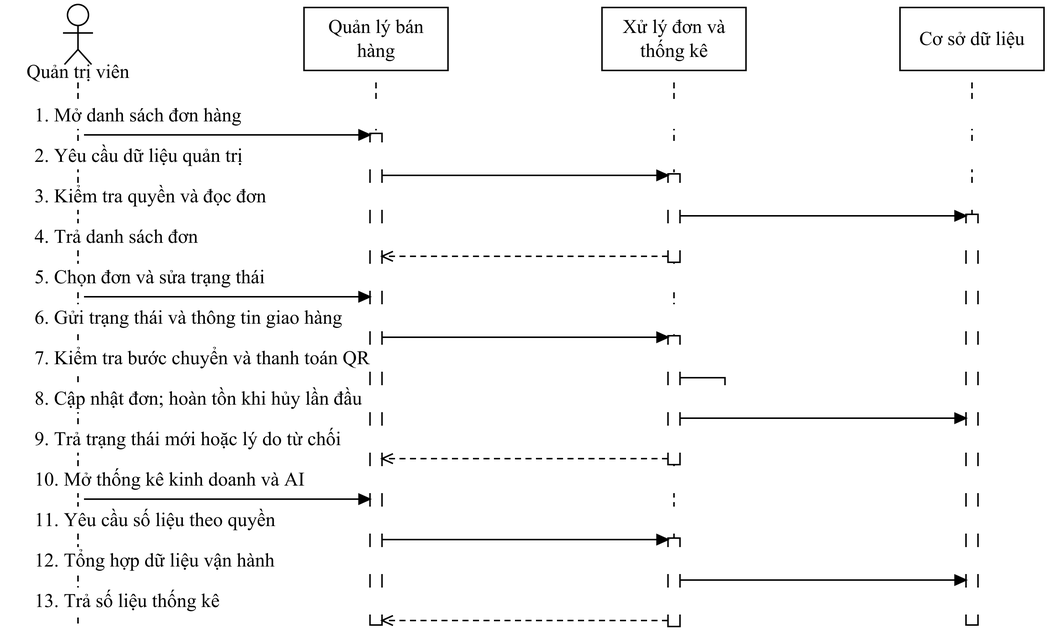
The draw.io diagram docs/do-an-LSOUL/So-do-LSOUL-rut-gon/anh-png/SEQ-20.png in Loccao102/BanHang, before a commit. Source tidied: cells renumbered, new cells last; positions are measured from the earlier drawing's top-left corner, leaving out a move shared by most shapes.
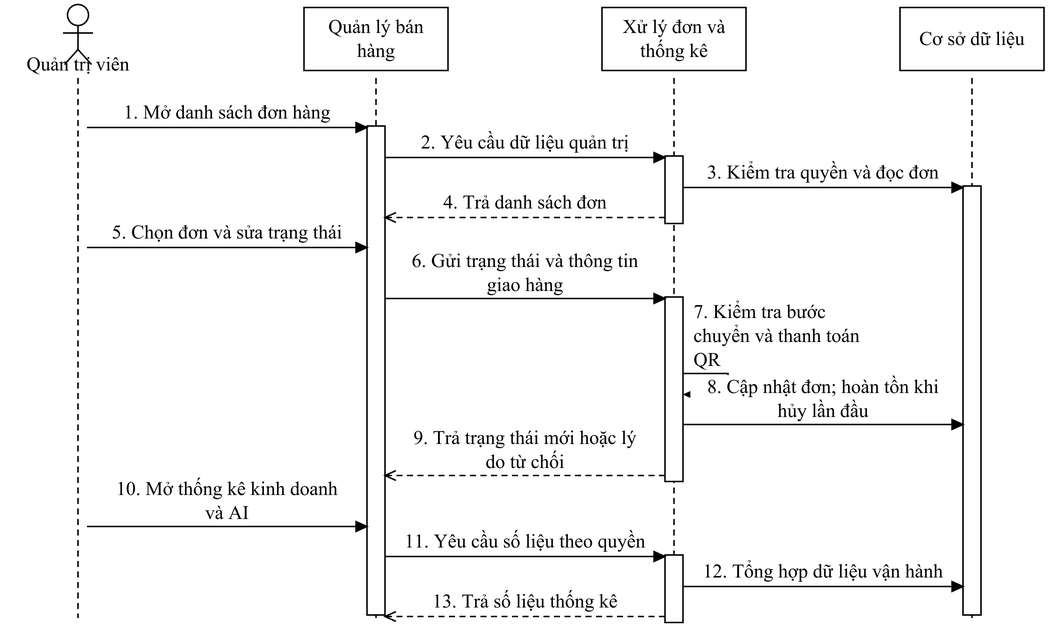
The same file after the commit.

Change to the diagram source:
```diff
@@ -6,4 +6,4 @@
       <mxGeometry relative="1" as="geometry">
-        <mxPoint x="48" y="52" as="sourcePoint" />
-        <mxPoint x="48" y="416" as="targetPoint" />
+        <mxPoint x="48" y="49" as="sourcePoint" />
+        <mxPoint x="48" y="409" as="targetPoint" />
       </mxGeometry>
@@ -12,4 +12,4 @@
       <mxGeometry relative="1" as="geometry">
-        <mxPoint x="246.7" y="52" as="sourcePoint" />
-        <mxPoint x="246.7" y="416" as="targetPoint" />
+        <mxPoint x="246.7" y="49" as="sourcePoint" />
+        <mxPoint x="246.7" y="409" as="targetPoint" />
       </mxGeometry>
@@ -18,4 +18,4 @@
       <mxGeometry relative="1" as="geometry">
-        <mxPoint x="445.3" y="52" as="sourcePoint" />
-        <mxPoint x="445.3" y="416" as="targetPoint" />
+        <mxPoint x="445.3" y="49" as="sourcePoint" />
+        <mxPoint x="445.3" y="409" as="targetPoint" />
       </mxGeometry>
@@ -24,4 +24,4 @@
       <mxGeometry relative="1" as="geometry">
-        <mxPoint x="644" y="52" as="sourcePoint" />
-        <mxPoint x="644" y="416" as="targetPoint" />
+        <mxPoint x="644" y="49" as="sourcePoint" />
+        <mxPoint x="644" y="409" as="targetPoint" />
       </mxGeometry>
@@ -29,18 +29,18 @@
     <mxCell id="6" style="fontFamily=Times New Roman;fontSize=13;fontColor=#000000;strokeColor=#000000;strokeWidth=1;fillColor=#FFFFFF;shadow=0;rounded=0;html=0;whiteSpace=wrap;spacing=5;align=center;verticalAlign=middle;" parent="1" vertex="1">
-      <mxGeometry x="441.3" y="113" width="8" height="59" as="geometry" />
+      <mxGeometry x="439.3" y="101" width="12" height="45" as="geometry" />
     </mxCell>
     <mxCell id="7" style="fontFamily=Times New Roman;fontSize=13;fontColor=#000000;strokeColor=#000000;strokeWidth=1;fillColor=#FFFFFF;shadow=0;rounded=0;html=0;whiteSpace=wrap;spacing=5;align=center;verticalAlign=middle;" parent="1" vertex="1">
-      <mxGeometry x="441.3" y="221" width="8" height="86" as="geometry" />
+      <mxGeometry x="439.3" y="195" width="12" height="123" as="geometry" />
     </mxCell>
     <mxCell id="8" style="fontFamily=Times New Roman;fontSize=13;fontColor=#000000;strokeColor=#000000;strokeWidth=1;fillColor=#FFFFFF;shadow=0;rounded=0;html=0;whiteSpace=wrap;spacing=5;align=center;verticalAlign=middle;" parent="1" vertex="1">
-      <mxGeometry x="441.3" y="356" width="8" height="59" as="geometry" />
+      <mxGeometry x="439.3" y="367" width="12" height="45" as="geometry" />
     </mxCell>
     <mxCell id="9" style="fontFamily=Times New Roman;fontSize=13;fontColor=#000000;strokeColor=#000000;strokeWidth=1;fillColor=#FFFFFF;shadow=0;rounded=0;html=0;whiteSpace=wrap;spacing=5;align=center;verticalAlign=middle;" parent="1" vertex="1">
-      <mxGeometry x="242.7" y="86" width="8" height="328" as="geometry" />
+      <mxGeometry x="240.7" y="81" width="12" height="326" as="geometry" />
     </mxCell>
     <mxCell id="10" style="fontFamily=Times New Roman;fontSize=13;fontColor=#000000;strokeColor=#000000;strokeWidth=1;fillColor=#FFFFFF;shadow=0;rounded=0;html=0;whiteSpace=wrap;spacing=5;align=center;verticalAlign=middle;" parent="1" vertex="1">
-      <mxGeometry x="640" y="140" width="8" height="274" as="geometry" />
+      <mxGeometry x="638" y="121" width="12" height="286" as="geometry" />
     </mxCell>
-    <mxCell id="11" value="1. Mở danh sách đơn hàng" style="fontFamily=Times New Roman;fontSize=13;fontColor=#000000;strokeColor=#000000;strokeWidth=1;fillColor=#FFFFFF;shadow=0;rounded=0;html=0;whiteSpace=wrap;spacing=5;text;strokeColor=none;fillColor=none;align=left;verticalAlign=middle;fillColor=#FFFFFF;" parent="1" vertex="1">
-      <mxGeometry x="14" y="65" width="664" height="18" as="geometry" />
+    <mxCell id="11" value="1. Mở danh sách đơn hàng" style="fontFamily=Times New Roman;fontSize=13;fontColor=#000000;strokeColor=#000000;strokeWidth=1;fillColor=#FFFFFF;shadow=0;rounded=0;html=0;whiteSpace=wrap;spacing=5;text;strokeColor=none;fillColor=none;align=center;verticalAlign=middle;fillColor=#FFFFFF;" parent="1" vertex="1">
+      <mxGeometry x="59" y="63" width="176.7" height="18" as="geometry" />
     </mxCell>
@@ -48,8 +48,8 @@
       <mxGeometry relative="1" as="geometry">
-        <mxPoint x="52" y="87" as="sourcePoint" />
-        <mxPoint x="242.7" y="87" as="targetPoint" />
+        <mxPoint x="54" y="82" as="sourcePoint" />
+        <mxPoint x="240.7" y="82" as="targetPoint" />
       </mxGeometry>
     </mxCell>
-    <mxCell id="13" value="2. Yêu cầu dữ liệu quản trị" style="fontFamily=Times New Roman;fontSize=13;fontColor=#000000;strokeColor=#000000;strokeWidth=1;fillColor=#FFFFFF;shadow=0;rounded=0;html=0;whiteSpace=wrap;spacing=5;text;strokeColor=none;fillColor=none;align=left;verticalAlign=middle;fillColor=#FFFFFF;" parent="1" vertex="1">
-      <mxGeometry x="14" y="92" width="664" height="18" as="geometry" />
+    <mxCell id="13" value="2. Yêu cầu dữ liệu quản trị" style="fontFamily=Times New Roman;fontSize=13;fontColor=#000000;strokeColor=#000000;strokeWidth=1;fillColor=#FFFFFF;shadow=0;rounded=0;html=0;whiteSpace=wrap;spacing=5;text;strokeColor=none;fillColor=none;align=center;verticalAlign=middle;fillColor=#FFFFFF;" parent="1" vertex="1">
+      <mxGeometry x="257.7" y="83" width="176.7" height="18" as="geometry" />
     </mxCell>
@@ -57,8 +57,8 @@
       <mxGeometry relative="1" as="geometry">
-        <mxPoint x="250.7" y="114" as="sourcePoint" />
-        <mxPoint x="441.3" y="114" as="targetPoint" />
+        <mxPoint x="252.7" y="102" as="sourcePoint" />
+        <mxPoint x="439.3" y="102" as="targetPoint" />
       </mxGeometry>
     </mxCell>
-    <mxCell id="15" value="3. Kiểm tra quyền và đọc đơn" style="fontFamily=Times New Roman;fontSize=13;fontColor=#000000;strokeColor=#000000;strokeWidth=1;fillColor=#FFFFFF;shadow=0;rounded=0;html=0;whiteSpace=wrap;spacing=5;text;strokeColor=none;fillColor=none;align=left;verticalAlign=middle;fillColor=#FFFFFF;" parent="1" vertex="1">
-      <mxGeometry x="14" y="119" width="664" height="18" as="geometry" />
+    <mxCell id="15" value="3. Kiểm tra quyền và đọc đơn" style="fontFamily=Times New Roman;fontSize=13;fontColor=#000000;strokeColor=#000000;strokeWidth=1;fillColor=#FFFFFF;shadow=0;rounded=0;html=0;whiteSpace=wrap;spacing=5;text;strokeColor=none;fillColor=none;align=center;verticalAlign=middle;fillColor=#FFFFFF;" parent="1" vertex="1">
+      <mxGeometry x="456.3" y="103" width="176.7" height="18" as="geometry" />
     </mxCell>
@@ -66,8 +66,8 @@
       <mxGeometry relative="1" as="geometry">
-        <mxPoint x="449.3" y="141" as="sourcePoint" />
-        <mxPoint x="640" y="141" as="targetPoint" />
+        <mxPoint x="451.3" y="122" as="sourcePoint" />
+        <mxPoint x="638" y="122" as="targetPoint" />
       </mxGeometry>
     </mxCell>
-    <mxCell id="17" value="4. Trả danh sách đơn" style="fontFamily=Times New Roman;fontSize=13;fontColor=#000000;strokeColor=#000000;strokeWidth=1;fillColor=#FFFFFF;shadow=0;rounded=0;html=0;whiteSpace=wrap;spacing=5;text;strokeColor=none;fillColor=none;align=left;verticalAlign=middle;fillColor=#FFFFFF;" parent="1" vertex="1">
-      <mxGeometry x="14" y="146" width="664" height="18" as="geometry" />
+    <mxCell id="17" value="4. Trả danh sách đơn" style="fontFamily=Times New Roman;fontSize=13;fontColor=#000000;strokeColor=#000000;strokeWidth=1;fillColor=#FFFFFF;shadow=0;rounded=0;html=0;whiteSpace=wrap;spacing=5;text;strokeColor=none;fillColor=none;align=center;verticalAlign=middle;fillColor=#FFFFFF;" parent="1" vertex="1">
+      <mxGeometry x="257.7" y="123" width="176.7" height="18" as="geometry" />
     </mxCell>
@@ -75,8 +75,8 @@
       <mxGeometry relative="1" as="geometry">
-        <mxPoint x="441.3" y="168" as="sourcePoint" />
-        <mxPoint x="250.7" y="168" as="targetPoint" />
+        <mxPoint x="439.3" y="142" as="sourcePoint" />
+        <mxPoint x="252.7" y="142" as="targetPoint" />
       </mxGeometry>
     </mxCell>
-    <mxCell id="19" value="5. Chọn đơn và sửa trạng thái" style="fontFamily=Times New Roman;fontSize=13;fontColor=#000000;strokeColor=#000000;strokeWidth=1;fillColor=#FFFFFF;shadow=0;rounded=0;html=0;whiteSpace=wrap;spacing=5;text;strokeColor=none;fillColor=none;align=left;verticalAlign=middle;fillColor=#FFFFFF;" parent="1" vertex="1">
-      <mxGeometry x="14" y="173" width="664" height="18" as="geometry" />
+    <mxCell id="19" value="5. Chọn đơn và sửa trạng thái" style="fontFamily=Times New Roman;fontSize=13;fontColor=#000000;strokeColor=#000000;strokeWidth=1;fillColor=#FFFFFF;shadow=0;rounded=0;html=0;whiteSpace=wrap;spacing=5;text;strokeColor=none;fillColor=none;align=center;verticalAlign=middle;fillColor=#FFFFFF;" parent="1" vertex="1">
+      <mxGeometry x="59" y="143" width="176.7" height="18" as="geometry" />
     </mxCell>
@@ -84,8 +84,8 @@
       <mxGeometry relative="1" as="geometry">
-        <mxPoint x="52" y="195" as="sourcePoint" />
-        <mxPoint x="242.7" y="195" as="targetPoint" />
+        <mxPoint x="54" y="162" as="sourcePoint" />
+        <mxPoint x="240.7" y="162" as="targetPoint" />
       </mxGeometry>
     </mxCell>
-    <mxCell id="21" value="6. Gửi trạng thái và thông tin giao hàng" style="fontFamily=Times New Roman;fontSize=13;fontColor=#000000;strokeColor=#000000;strokeWidth=1;fillColor=#FFFFFF;shadow=0;rounded=0;html=0;whiteSpace=wrap;spacing=5;text;strokeColor=none;fillColor=none;align=left;verticalAlign=middle;fillColor=#FFFFFF;" parent="1" vertex="1">
-      <mxGeometry x="14" y="200" width="664" height="18" as="geometry" />
+    <mxCell id="21" value="6. Gửi trạng thái và thông tin&#10;giao hàng" style="fontFamily=Times New Roman;fontSize=13;fontColor=#000000;strokeColor=#000000;strokeWidth=1;fillColor=#FFFFFF;shadow=0;rounded=0;html=0;whiteSpace=wrap;spacing=5;text;strokeColor=none;fillColor=none;align=center;verticalAlign=middle;fillColor=#FFFFFF;" parent="1" vertex="1">
+      <mxGeometry x="257.7" y="163" width="176.7" height="32" as="geometry" />
     </mxCell>
@@ -93,8 +93,8 @@
       <mxGeometry relative="1" as="geometry">
-        <mxPoint x="250.7" y="222" as="sourcePoint" />
-        <mxPoint x="441.3" y="222" as="targetPoint" />
+        <mxPoint x="252.7" y="196" as="sourcePoint" />
+        <mxPoint x="439.3" y="196" as="targetPoint" />
       </mxGeometry>
     </mxCell>
-    <mxCell id="23" value="7. Kiểm tra bước chuyển và thanh toán QR" style="fontFamily=Times New Roman;fontSize=13;fontColor=#000000;strokeColor=#000000;strokeWidth=1;fillColor=#FFFFFF;shadow=0;rounded=0;html=0;whiteSpace=wrap;spacing=5;text;strokeColor=none;fillColor=none;align=left;verticalAlign=middle;fillColor=#FFFFFF;" parent="1" vertex="1">
-      <mxGeometry x="14" y="227" width="664" height="18" as="geometry" />
+    <mxCell id="23" value="7. Kiểm tra bước&#10;chuyển và thanh toán&#10;QR" style="fontFamily=Times New Roman;fontSize=13;fontColor=#000000;strokeColor=#000000;strokeWidth=1;fillColor=#FFFFFF;shadow=0;rounded=0;html=0;whiteSpace=wrap;spacing=5;text;strokeColor=none;fillColor=none;align=left;verticalAlign=middle;fillColor=#FFFFFF;" parent="1" vertex="1">
+      <mxGeometry x="453.3" y="197" width="136" height="48" as="geometry" />
     </mxCell>
@@ -102,7 +102,7 @@
       <mxGeometry relative="1" as="geometry">
-        <mxPoint x="449.3" y="249" as="sourcePoint" />
-        <mxPoint x="450.3" y="261" as="targetPoint" />
+        <mxPoint x="451.3" y="246" as="sourcePoint" />
+        <mxPoint x="452.3" y="260" as="targetPoint" />
         <Array as="points">
-          <mxPoint x="479.3" y="249" />
-          <mxPoint x="479.3" y="261" />
+          <mxPoint x="481.3" y="246" />
+          <mxPoint x="481.3" y="260" />
         </Array>
@@ -110,4 +110,4 @@
     </mxCell>
-    <mxCell id="25" value="8. Cập nhật đơn; hoàn tồn khi hủy lần đầu" style="fontFamily=Times New Roman;fontSize=13;fontColor=#000000;strokeColor=#000000;strokeWidth=1;fillColor=#FFFFFF;shadow=0;rounded=0;html=0;whiteSpace=wrap;spacing=5;text;strokeColor=none;fillColor=none;align=left;verticalAlign=middle;fillColor=#FFFFFF;" parent="1" vertex="1">
-      <mxGeometry x="14" y="254" width="664" height="18" as="geometry" />
+    <mxCell id="25" value="8. Cập nhật đơn; hoàn tồn khi&#10;hủy lần đầu" style="fontFamily=Times New Roman;fontSize=13;fontColor=#000000;strokeColor=#000000;strokeWidth=1;fillColor=#FFFFFF;shadow=0;rounded=0;html=0;whiteSpace=wrap;spacing=5;text;strokeColor=none;fillColor=none;align=center;verticalAlign=middle;fillColor=#FFFFFF;" parent="1" vertex="1">
+      <mxGeometry x="456.3" y="247" width="176.7" height="32" as="geometry" />
     </mxCell>
@@ -115,8 +115,8 @@
       <mxGeometry relative="1" as="geometry">
-        <mxPoint x="449.3" y="276" as="sourcePoint" />
-        <mxPoint x="640" y="276" as="targetPoint" />
+        <mxPoint x="451.3" y="280" as="sourcePoint" />
+        <mxPoint x="638" y="280" as="targetPoint" />
       </mxGeometry>
     </mxCell>
-    <mxCell id="27" value="9. Trả trạng thái mới hoặc lý do từ chối" style="fontFamily=Times New Roman;fontSize=13;fontColor=#000000;strokeColor=#000000;strokeWidth=1;fillColor=#FFFFFF;shadow=0;rounded=0;html=0;whiteSpace=wrap;spacing=5;text;strokeColor=none;fillColor=none;align=left;verticalAlign=middle;fillColor=#FFFFFF;" parent="1" vertex="1">
-      <mxGeometry x="14" y="281" width="664" height="18" as="geometry" />
+    <mxCell id="27" value="9. Trả trạng thái mới hoặc lý&#10;do từ chối" style="fontFamily=Times New Roman;fontSize=13;fontColor=#000000;strokeColor=#000000;strokeWidth=1;fillColor=#FFFFFF;shadow=0;rounded=0;html=0;whiteSpace=wrap;spacing=5;text;strokeColor=none;fillColor=none;align=center;verticalAlign=middle;fillColor=#FFFFFF;" parent="1" vertex="1">
+      <mxGeometry x="257.7" y="281" width="176.7" height="32" as="geometry" />
     </mxCell>
@@ -124,8 +124,8 @@
       <mxGeometry relative="1" as="geometry">
-        <mxPoint x="441.3" y="303" as="sourcePoint" />
-        <mxPoint x="250.7" y="303" as="targetPoint" />
+        <mxPoint x="439.3" y="314" as="sourcePoint" />
+        <mxPoint x="252.7" y="314" as="targetPoint" />
       </mxGeometry>
     </mxCell>
-    <mxCell id="29" value="10. Mở thống kê kinh doanh và AI" style="fontFamily=Times New Roman;fontSize=13;fontColor=#000000;strokeColor=#000000;strokeWidth=1;fillColor=#FFFFFF;shadow=0;rounded=0;html=0;whiteSpace=wrap;spacing=5;text;strokeColor=none;fillColor=none;align=left;verticalAlign=middle;fillColor=#FFFFFF;" parent="1" vertex="1">
-      <mxGeometry x="14" y="308" width="664" height="18" as="geometry" />
+    <mxCell id="29" value="10. Mở thống kê kinh doanh&#10;và AI" style="fontFamily=Times New Roman;fontSize=13;fontColor=#000000;strokeColor=#000000;strokeWidth=1;fillColor=#FFFFFF;shadow=0;rounded=0;html=0;whiteSpace=wrap;spacing=5;text;strokeColor=none;fillColor=none;align=center;verticalAlign=middle;fillColor=#FFFFFF;" parent="1" vertex="1">
+      <mxGeometry x="59" y="315" width="176.7" height="32" as="geometry" />
     </mxCell>
@@ -133,8 +133,8 @@
       <mxGeometry relative="1" as="geometry">
-        <mxPoint x="52" y="330" as="sourcePoint" />
-        <mxPoint x="242.7" y="330" as="targetPoint" />
+        <mxPoint x="54" y="348" as="sourcePoint" />
+        <mxPoint x="240.7" y="348" as="targetPoint" />
       </mxGeometry>
     </mxCell>
-    <mxCell id="31" value="11. Yêu cầu số liệu theo quyền" style="fontFamily=Times New Roman;fontSize=13;fontColor=#000000;strokeColor=#000000;strokeWidth=1;fillColor=#FFFFFF;shadow=0;rounded=0;html=0;whiteSpace=wrap;spacing=5;text;strokeColor=none;fillColor=none;align=left;verticalAlign=middle;fillColor=#FFFFFF;" parent="1" vertex="1">
-      <mxGeometry x="14" y="335" width="664" height="18" as="geometry" />
+    <mxCell id="31" value="11. Yêu cầu số liệu theo quyền" style="fontFamily=Times New Roman;fontSize=13;fontColor=#000000;strokeColor=#000000;strokeWidth=1;fillColor=#FFFFFF;shadow=0;rounded=0;html=0;whiteSpace=wrap;spacing=5;text;strokeColor=none;fillColor=none;align=center;verticalAlign=middle;fillColor=#FFFFFF;" parent="1" vertex="1">
+      <mxGeometry x="257.7" y="349" width="176.7" height="18" as="geometry" />
     </mxCell>
@@ -142,8 +142,8 @@
       <mxGeometry relative="1" as="geometry">
-        <mxPoint x="250.7" y="357" as="sourcePoint" />
-        <mxPoint x="441.3" y="357" as="targetPoint" />
+        <mxPoint x="252.7" y="368" as="sourcePoint" />
+        <mxPoint x="439.3" y="368" as="targetPoint" />
       </mxGeometry>
     </mxCell>
-    <mxCell id="33" value="12. Tổng hợp dữ liệu vận hành" style="fontFamily=Times New Roman;fontSize=13;fontColor=#000000;strokeColor=#000000;strokeWidth=1;fillColor=#FFFFFF;shadow=0;rounded=0;html=0;whiteSpace=wrap;spacing=5;text;strokeColor=none;fillColor=none;align=left;verticalAlign=middle;fillColor=#FFFFFF;" parent="1" vertex="1">
-      <mxGeometry x="14" y="362" width="664" height="18" as="geometry" />
+    <mxCell id="33" value="12. Tổng hợp dữ liệu vận hành" style="fontFamily=Times New Roman;fontSize=13;fontColor=#000000;strokeColor=#000000;strokeWidth=1;fillColor=#FFFFFF;shadow=0;rounded=0;html=0;whiteSpace=wrap;spacing=5;text;strokeColor=none;fillColor=none;align=center;verticalAlign=middle;fillColor=#FFFFFF;" parent="1" vertex="1">
+      <mxGeometry x="456.3" y="369" width="176.7" height="18" as="geometry" />
     </mxCell>
@@ -151,8 +151,8 @@
       <mxGeometry relative="1" as="geometry">
-        <mxPoint x="449.3" y="384" as="sourcePoint" />
-        <mxPoint x="640" y="384" as="targetPoint" />
+        <mxPoint x="451.3" y="388" as="sourcePoint" />
+        <mxPoint x="638" y="388" as="targetPoint" />
       </mxGeometry>
     </mxCell>
-    <mxCell id="35" value="13. Trả số liệu thống kê" style="fontFamily=Times New Roman;fontSize=13;fontColor=#000000;strokeColor=#000000;strokeWidth=1;fillColor=#FFFFFF;shadow=0;rounded=0;html=0;whiteSpace=wrap;spacing=5;text;strokeColor=none;fillColor=none;align=left;verticalAlign=middle;fillColor=#FFFFFF;" parent="1" vertex="1">
-      <mxGeometry x="14" y="389" width="664" height="18" as="geometry" />
+    <mxCell id="35" value="13. Trả số liệu thống kê" style="fontFamily=Times New Roman;fontSize=13;fontColor=#000000;strokeColor=#000000;strokeWidth=1;fillColor=#FFFFFF;shadow=0;rounded=0;html=0;whiteSpace=wrap;spacing=5;text;strokeColor=none;fillColor=none;align=center;verticalAlign=middle;fillColor=#FFFFFF;" parent="1" vertex="1">
+      <mxGeometry x="257.7" y="389" width="176.7" height="18" as="geometry" />
     </mxCell>
@@ -160,4 +160,4 @@
       <mxGeometry relative="1" as="geometry">
-        <mxPoint x="441.3" y="411" as="sourcePoint" />
-        <mxPoint x="250.7" y="411" as="targetPoint" />
+        <mxPoint x="439.3" y="408" as="sourcePoint" />
+        <mxPoint x="252.7" y="408" as="targetPoint" />
       </mxGeometry>
@@ -192,3 +192,3 @@
     <mxCell id="42" value="Quản trị viên" style="fontFamily=Times New Roman;fontSize=13;fontColor=#000000;strokeColor=#000000;strokeWidth=1;fillColor=#FFFFFF;shadow=0;rounded=0;html=0;whiteSpace=wrap;spacing=5;text;strokeColor=none;fillColor=none;align=center;verticalAlign=middle;" parent="1" vertex="1">
-      <mxGeometry y="37" width="96" height="16" as="geometry" />
+      <mxGeometry y="32" width="96" height="16" as="geometry" />
     </mxCell>
```
